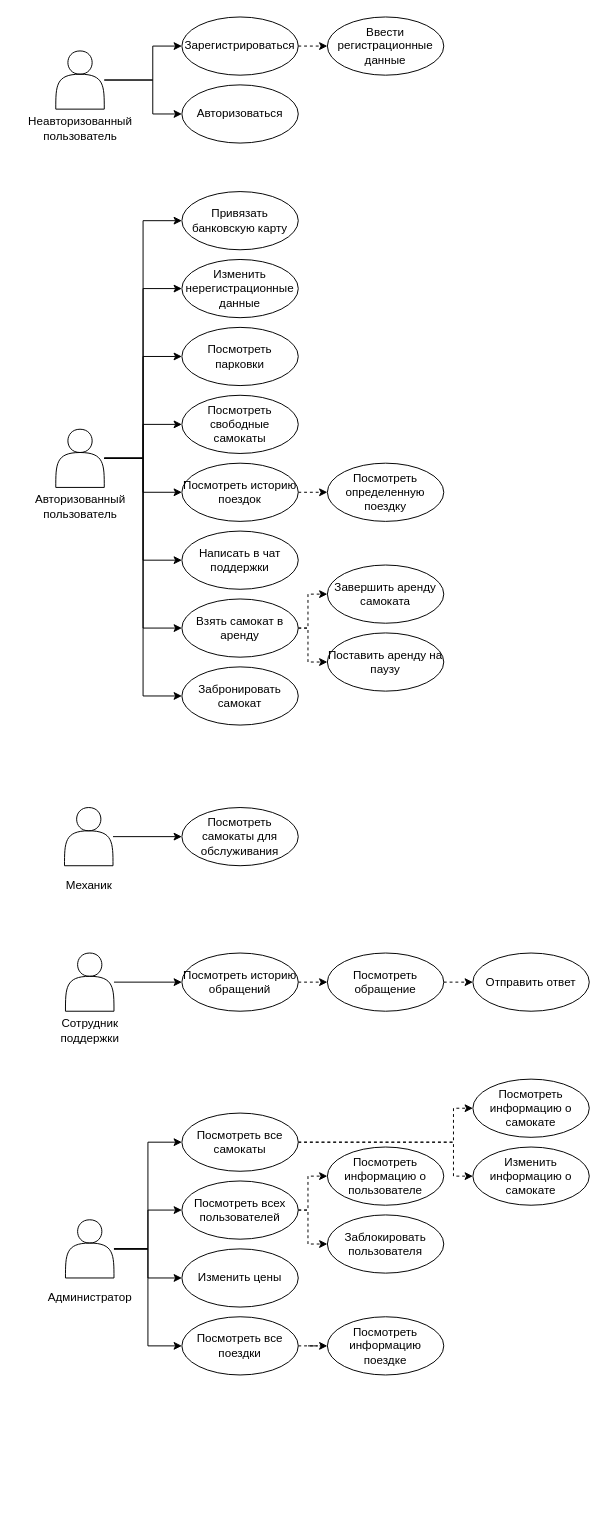
Before: docs/inc/img/use-cases.drawio in matveycodes/bmstu-db-cw, a draw.io diagram. Source tidied: cells renumbered, new cells numbered last; positions are measured from the earlier drawing's top-left corner, leaving out a move shared by most shapes. Both pictures are drawn from the tidied source at 97%, with x=0, y=0 at pixel (16, 16).
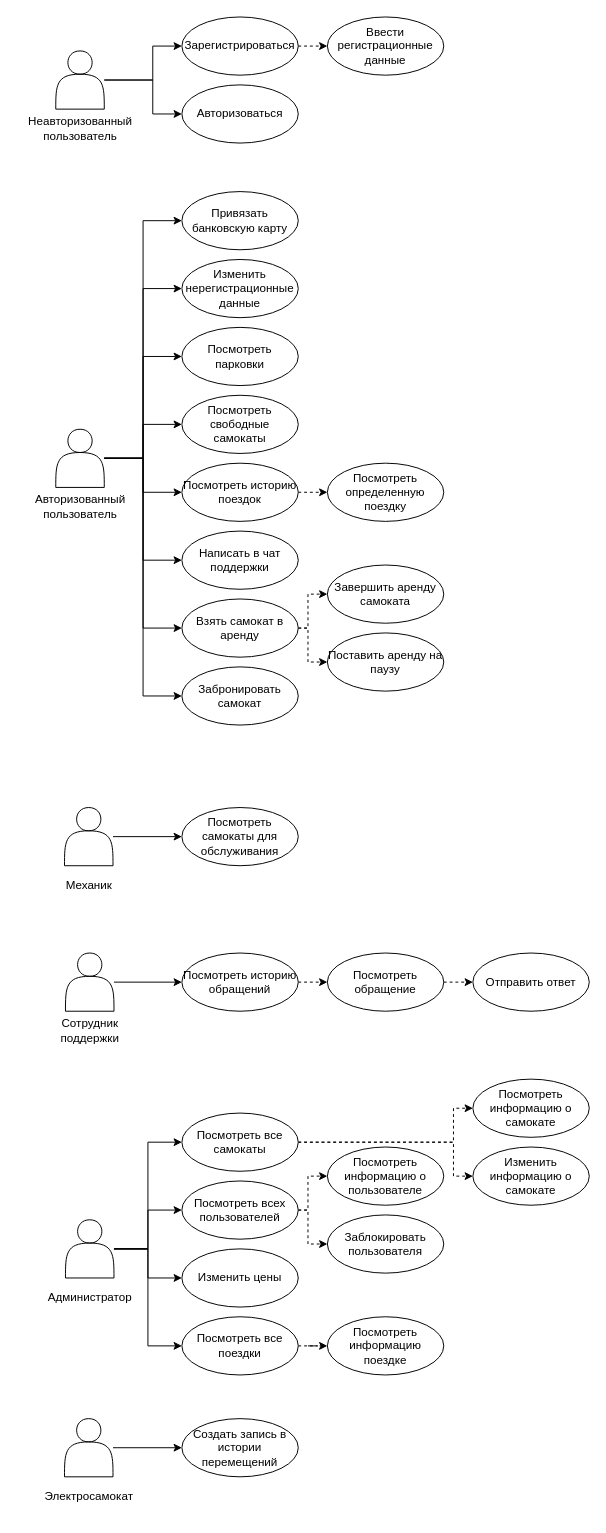
Above is the later version.

The edit, as a diff of the source:
```diff
@@
+    <mxCell id="72" style="group;" parent="1" vertex="1">
+      <mxGeometry x="9" y="1445" width="130" height="100" as="geometry" />
+    </mxCell>
+    <mxCell id="73" style="shape=actor;whiteSpace=wrap;html=1;" parent="72" vertex="1">
+      <mxGeometry x="40" width="50" height="60" as="geometry" />
+    </mxCell>
+    <mxCell id="74" value="Электросамокат" style="text;html=1;align=center;verticalAlign=middle;strokeColor=none;fillColor=none;" parent="72" vertex="1">
+      <mxGeometry x="5" y="65" width="120" height="30" as="geometry" />
+    </mxCell>
+    <mxCell id="75" value="Создать запись в истории перемещений" style="ellipse;whiteSpace=wrap;html=1;" parent="1" vertex="1">
+      <mxGeometry x="170" y="1445" width="120" height="60" as="geometry" />
+    </mxCell>
+    <mxCell id="76" style="edgeStyle=orthogonalEdgeStyle;rounded=0;jettySize=auto;html=1;entryX=0;entryY=0.5;entryDx=0;entryDy=0;" parent="1" edge="1" source="73" target="75">
+      <mxGeometry relative="1" as="geometry" />
+    </mxCell>
```
